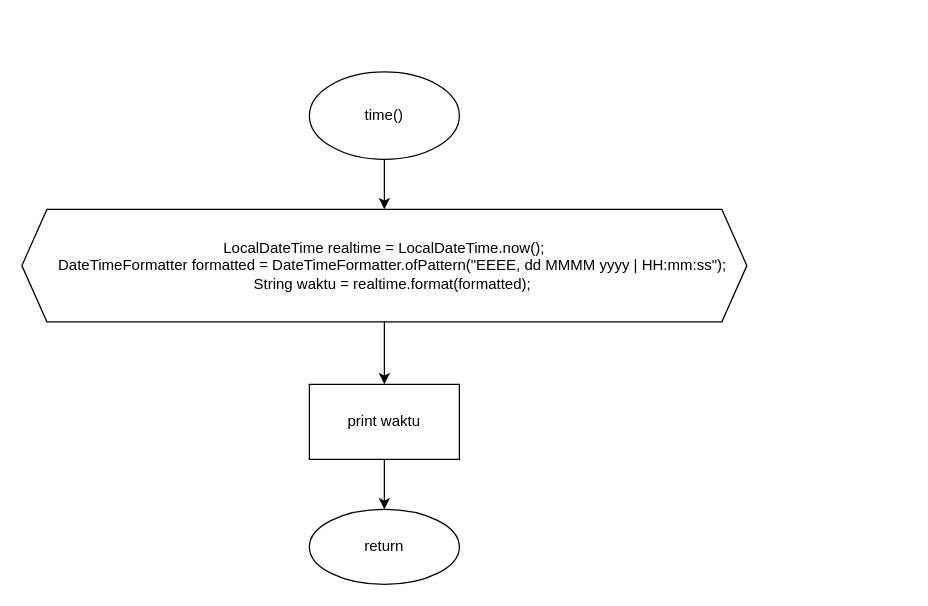
nhaidaar/daspro keeps this draw.io diagram as page "time" (2 of 9) of Tugas Akhir/Flowchart.drawio. Above is the earlier version. Source tidied: cells renumbered, new cells numbered last; positions are measured from the earlier drawing's top-left corner, leaving out a move shared by most shapes. Both pictures are drawn from the tidied source at 125%, with x=0, y=0 at pixel (21, 71).
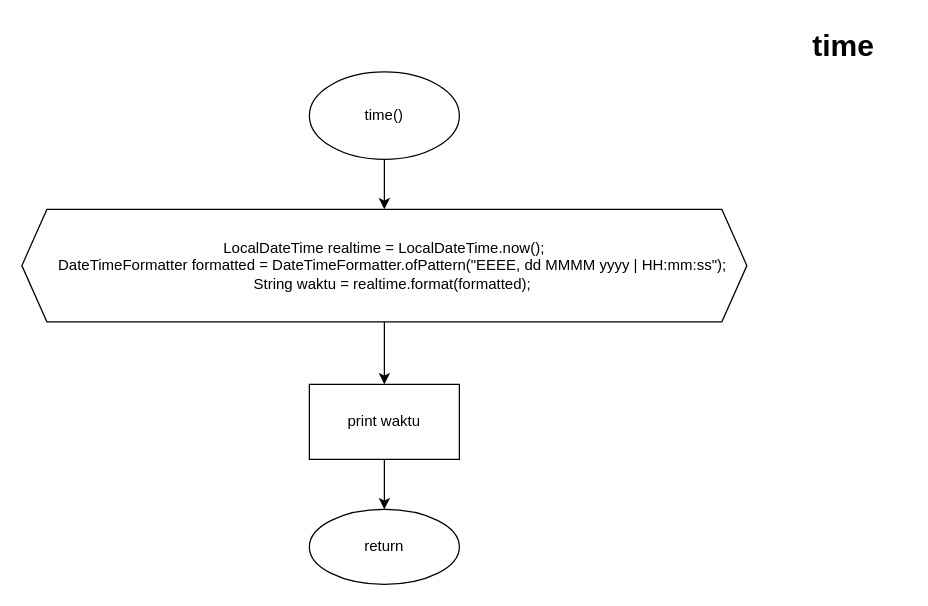
Above is the later version.

What changed in the source:
```diff
@@
 <mxGraphModel>
   <root>
     <mxCell id="0" />
     <mxCell id="1" parent="0" />
     <mxCell id="2" style="edgeStyle=orthogonalEdgeStyle;rounded=0;jettySize=auto;html=1;" parent="1" edge="1" source="3" target="5">
       <mxGeometry relative="1" as="geometry" />
     </mxCell>
     <mxCell id="3" value="time()" style="ellipse;whiteSpace=wrap;html=1;" parent="1" vertex="1">
       <mxGeometry x="230" width="120" height="70" as="geometry" />
     </mxCell>
     <mxCell id="4" style="edgeStyle=orthogonalEdgeStyle;rounded=0;jettySize=auto;html=1;" parent="1" edge="1" source="5" target="7">
       <mxGeometry relative="1" as="geometry" />
     </mxCell>
     <mxCell id="5" value="&lt;div&gt;LocalDateTime realtime = LocalDateTime.now();&lt;/div&gt;&lt;div&gt;&amp;nbsp; &amp;nbsp; DateTimeFormatter formatted = DateTimeFormatter.ofPattern(&quot;EEEE, dd MMMM yyyy | HH:mm:ss&quot;);&lt;/div&gt;&lt;div&gt;&amp;nbsp; &amp;nbsp; String waktu = realtime.format(formatted);&lt;/div&gt;" style="shape=hexagon;perimeter=hexagonPerimeter2;whiteSpace=wrap;html=1;fixedSize=1;" parent="1" vertex="1">
       <mxGeometry y="110" width="580" height="90" as="geometry" />
     </mxCell>
     <mxCell id="6" style="edgeStyle=orthogonalEdgeStyle;rounded=0;jettySize=auto;html=1;exitX=0.5;exitY=1;exitDx=0;exitDy=0;entryX=0.5;entryY=0;entryDx=0;entryDy=0;" parent="1" edge="1" source="7" target="8">
       <mxGeometry relative="1" as="geometry" />
     </mxCell>
     <mxCell id="7" value="print waktu" style="whiteSpace=wrap;html=1;" parent="1" vertex="1">
       <mxGeometry x="230" y="250" width="120" height="60" as="geometry" />
     </mxCell>
     <mxCell id="8" value="return" style="ellipse;whiteSpace=wrap;html=1;" parent="1" vertex="1">
       <mxGeometry x="230" y="350" width="120" height="60" as="geometry" />
     </mxCell>
+    <mxCell id="9" value="time" style="text;strokeColor=none;fillColor=none;html=1;fontSize=24;fontStyle=1;verticalAlign=middle;align=center;" parent="1" vertex="1">
+      <mxGeometry x="607" y="-40" width="100" height="40" as="geometry" />
+    </mxCell>
   </root>
 </mxGraphModel>
```
